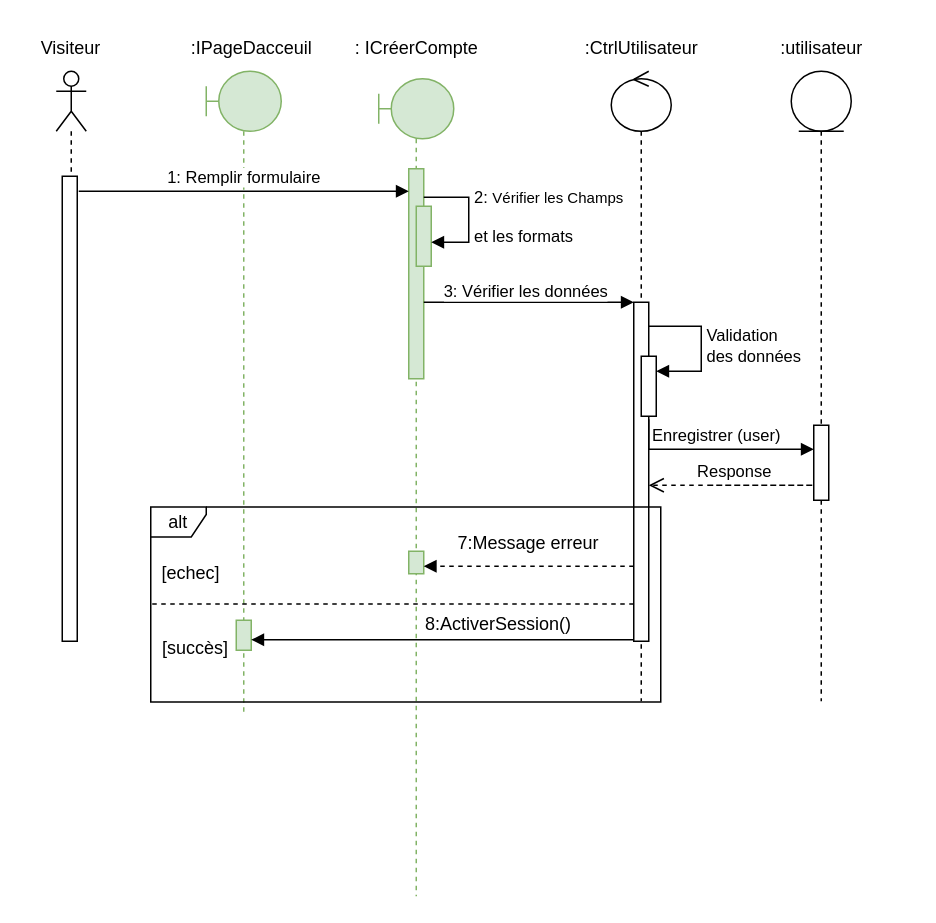
Before: Digram de Séquence/creerCompte.drawio in mohamedimem/event-, a draw.io diagram. Source tidied: cells renumbered, new cells numbered last; positions are measured from the earlier drawing's top-left corner, leaving out a move shared by most shapes. Both pictures are drawn from the tidied source at 150%, with x=0, y=0 at pixel (26, 26).
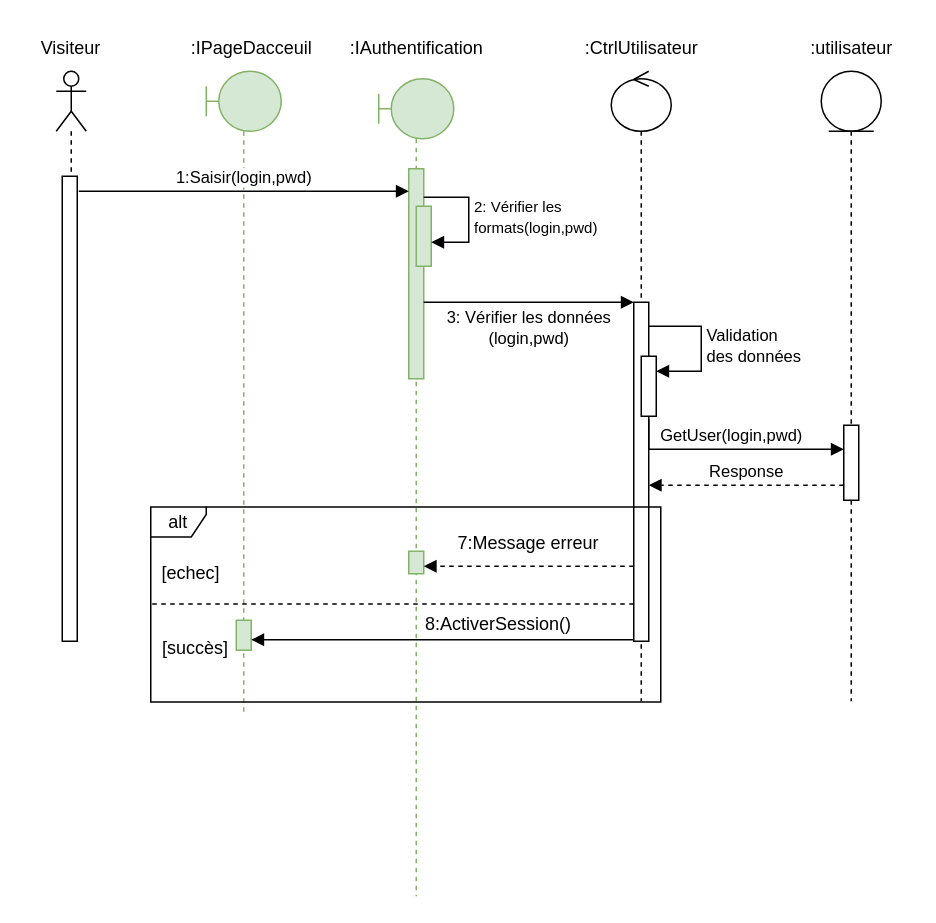
After the change.

Commit message:
Mettre à jour creerCompte.drawio

The change refers to these unchanged cells:
```xml
<mxCell id="5" style="shape=umlLifeline;perimeter=lifelinePerimeter;whiteSpace=wrap;html=1;newEdgeStyle={&quot;edgeStyle&quot;:&quot;elbowEdgeStyle&quot;,&quot;elbow&quot;:&quot;vertical&quot;,&quot;curved&quot;:0,&quot;rounded&quot;:0};participant=umlBoundary;fillColor=#d5e8d4;strokeColor=#82b366;" parent="1" vertex="1">
  <mxGeometry x="235" y="35" width="50" height="545" as="geometry" />
</mxCell>
<mxCell id="6" style="html=1;points=[];perimeter=orthogonalPerimeter;outlineConnect=0;targetShapes=umlLifeline;portConstraint=eastwest;newEdgeStyle={&quot;edgeStyle&quot;:&quot;elbowEdgeStyle&quot;,&quot;elbow&quot;:&quot;vertical&quot;,&quot;curved&quot;:0,&quot;rounded&quot;:0};fillColor=#d5e8d4;strokeColor=#82b366;" parent="5" vertex="1">
  <mxGeometry x="20" y="60" width="10" height="140" as="geometry" />
</mxCell>
<mxCell id="11" style="html=1;points=[];perimeter=orthogonalPerimeter;outlineConnect=0;targetShapes=umlLifeline;portConstraint=eastwest;newEdgeStyle={&quot;edgeStyle&quot;:&quot;elbowEdgeStyle&quot;,&quot;elbow&quot;:&quot;vertical&quot;,&quot;curved&quot;:0,&quot;rounded&quot;:0};" parent="10" vertex="1">
  <mxGeometry x="15" y="236" width="10" height="50" as="geometry" />
</mxCell>
<mxCell id="14" style="html=1;verticalAlign=bottom;endArrow=block;edgeStyle=elbowEdgeStyle;elbow=vertical;curved=0;rounded=0;" parent="12" edge="1" target="13">
  <mxGeometry x="0.39" y="-76" relative="1" as="geometry">
    <mxPoint x="-60" y="154" as="sourcePoint" />
    <Array as="points">
      <mxPoint x="-125" y="154" />
    </Array>
  </mxGeometry>
</mxCell>
```

What changed in the source:
```diff
@@
-    <mxCell id="8" value="2: &lt;font style=&quot;font-size: 10px;&quot;&gt;Vérifier les Champs&lt;/font&gt;&lt;div style=&quot;font-size: 10px;&quot;&gt;&lt;font style=&quot;font-size: 10px;&quot;&gt;&lt;br&gt;&lt;/font&gt;&lt;/div&gt;et les formats" style="html=1;align=left;spacingLeft=2;endArrow=block;rounded=0;edgeStyle=orthogonalEdgeStyle;curved=0;rounded=0;" parent="5" edge="1">
+    <mxCell id="8" value="&lt;div&gt;&lt;font style=&quot;font-size: 10px;&quot;&gt;2: &lt;font style=&quot;font-size: 10px;&quot;&gt;Vérifier &lt;/font&gt;&lt;/font&gt;&lt;font style=&quot;font-size: 10px;&quot;&gt;les &lt;br&gt;&lt;/font&gt;&lt;/div&gt;&lt;div&gt;&lt;font style=&quot;font-size: 10px;&quot;&gt;formats(login,pwd)&lt;/font&gt;&lt;/div&gt;" style="html=1;align=left;spacingLeft=2;endArrow=block;rounded=0;edgeStyle=orthogonalEdgeStyle;curved=0;rounded=0;" parent="5" edge="1">
       <mxGeometry relative="1" as="geometry">
         <mxPoint x="30" y="79" as="sourcePoint" />
         <mxPoint x="35" y="109" as="targetPoint" />
         <Array as="points">
           <mxPoint x="60" y="109" />
         </Array>
       </mxGeometry>
     </mxCell>
@@
     <mxCell id="10" style="shape=umlLifeline;perimeter=lifelinePerimeter;whiteSpace=wrap;html=1;newEdgeStyle={&quot;edgeStyle&quot;:&quot;elbowEdgeStyle&quot;,&quot;elbow&quot;:&quot;vertical&quot;,&quot;curved&quot;:0,&quot;rounded&quot;:0};participant=umlEntity;" parent="1" vertex="1">
-      <mxGeometry x="510" y="30" width="40" height="420" as="geometry" />
+      <mxGeometry x="530" y="30" width="40" height="420" as="geometry" />
     </mxCell>
@@
-    <mxCell id="15" value="3: Vérifier les données" style="edgeLabel;html=1;align=center;verticalAlign=middle;" parent="14" vertex="1">
+    <mxCell id="15" value="&lt;div&gt;3: Vérifier les données&lt;br&gt;&lt;/div&gt;&lt;div&gt;(login,pwd)&lt;/div&gt;" style="edgeLabel;html=1;align=center;verticalAlign=middle;" parent="14" vertex="1">
       <mxGeometry x="0.38" y="2" relative="1" as="geometry">
-        <mxPoint x="-9" y="-6" as="offset" />
+        <mxPoint x="-7" y="18" as="offset" />
       </mxGeometry>
     </mxCell>
@@
-    <mxCell id="18" value="1: Remplir formulaire" style="html=1;verticalAlign=bottom;endArrow=block;edgeStyle=elbowEdgeStyle;elbow=vertical;curved=0;rounded=0;" parent="1" edge="1" target="6">
+    <mxCell id="18" value="1:Saisir(login,pwd)" style="html=1;verticalAlign=bottom;endArrow=block;edgeStyle=elbowEdgeStyle;elbow=vertical;curved=0;rounded=0;" parent="1" edge="1" target="6">
       <mxGeometry relative="1" as="geometry">
         <mxPoint x="35" y="110" as="sourcePoint" />
         <Array as="points">
           <mxPoint x="135" y="110" />
           <mxPoint x="145" y="90" />
           <mxPoint x="45" y="60" />
           <mxPoint x="95" y="60" />
         </Array>
       </mxGeometry>
     </mxCell>
@@
-    <mxCell id="20" value="Enregistrer (user)" style="html=1;verticalAlign=bottom;endArrow=block;edgeStyle=elbowEdgeStyle;elbow=vertical;curved=0;rounded=0;" parent="1" edge="1" target="11">
+    <mxCell id="20" value="GetUser(login,pwd)" style="html=1;verticalAlign=bottom;endArrow=block;edgeStyle=elbowEdgeStyle;elbow=vertical;curved=0;rounded=0;" parent="1" edge="1" target="11">
       <mxGeometry relative="1" as="geometry">
         <mxPoint x="415" y="262" as="sourcePoint" />
         <Array as="points">
           <mxPoint x="470" y="282" />
           <mxPoint x="420" y="262" />
           <mxPoint x="390" y="252" />
         </Array>
       </mxGeometry>
     </mxCell>
-    <mxCell id="21" value=" : ICréerCompte" style="text;html=1;align=center;verticalAlign=middle;strokeColor=none;fillColor=none;" parent="1" vertex="1">
-      <mxGeometry x="210" width="100" height="30" as="geometry" />
+    <mxCell id="21" value=" :IAuthentification" style="text;html=1;align=center;verticalAlign=middle;strokeColor=none;fillColor=none;" parent="1" vertex="1">
+      <mxGeometry x="205" width="110" height="30" as="geometry" />
     </mxCell>
@@
     <mxCell id="23" value=":utilisateur" style="text;html=1;align=center;verticalAlign=middle;strokeColor=none;fillColor=none;" parent="1" vertex="1">
-      <mxGeometry x="490" width="80" height="30" as="geometry" />
+      <mxGeometry x="510" width="80" height="30" as="geometry" />
     </mxCell>
@@
-    <mxCell id="26" value="Response" style="html=1;verticalAlign=bottom;endArrow=open;dashed=1;endSize=8;edgeStyle=elbowEdgeStyle;elbow=vertical;curved=0;rounded=0;" parent="1" edge="1">
-      <mxGeometry x="0.37" relative="1" as="geometry">
-        <mxPoint x="455" y="306" as="sourcePoint" />
-        <mxPoint x="415" y="306" as="targetPoint" />
-        <Array as="points">
-          <mxPoint x="525" y="306" />
-        </Array>
-      </mxGeometry>
-    </mxCell>
@@
+    <mxCell id="26" value="Response" style="html=1;verticalAlign=bottom;endArrow=block;edgeStyle=elbowEdgeStyle;elbow=vertical;curved=0;rounded=0;dashed=1;" parent="1" edge="1">
+      <mxGeometry relative="1" as="geometry">
+        <mxPoint x="545" y="306" as="sourcePoint" />
+        <mxPoint x="415" y="306" as="targetPoint" />
+        <Array as="points">
+          <mxPoint x="420" y="306" />
+          <mxPoint x="470" y="326" />
+        </Array>
+      </mxGeometry>
+    </mxCell>
```
